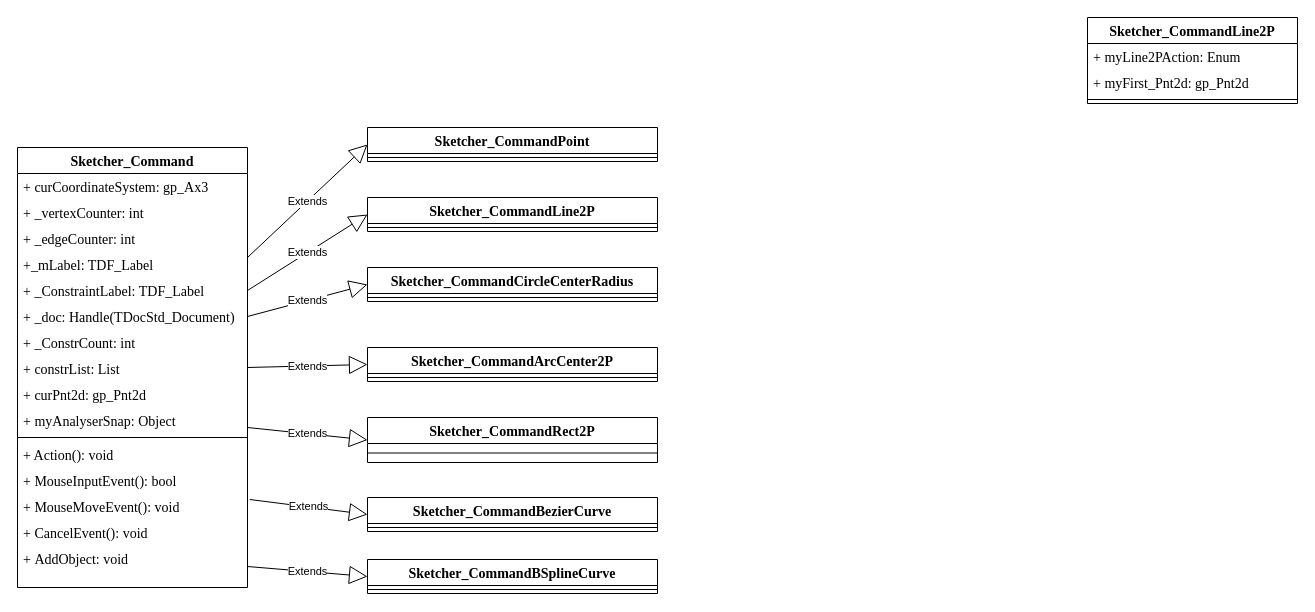
Before: 绘制图元命令类图.drawio in liuhuliuhu123/First-test, a draw.io diagram. Source tidied: cells renumbered, new cells numbered last; positions are measured from the earlier drawing's top-left corner, leaving out a move shared by most shapes. Both pictures are drawn from the tidied source at 100%, with x=0, y=0 at pixel (17, 17).
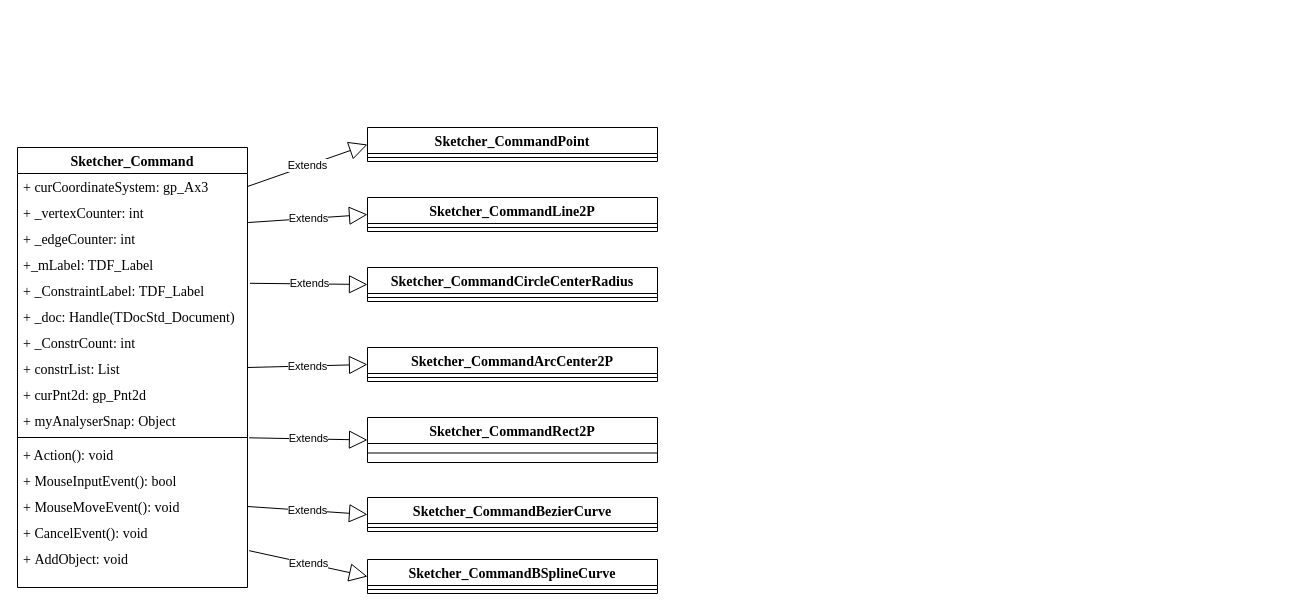
After the change.

Commit message (it also covers changes not shown here):
更新绘制图元命令类图.drawio

The change refers to these unchanged cells:
```xml
<mxCell id="2" value="&lt;font style=&quot;font-size: 14px;&quot; face=&quot;Times New Roman&quot;&gt;Sketcher_Command&lt;/font&gt;" style="swimlane;fontStyle=1;align=center;verticalAlign=top;horizontal=1;startSize=26;whiteSpace=wrap;html=1;" parent="1" vertex="1">
  <mxGeometry y="130" width="230" height="440" as="geometry" />
</mxCell>
<mxCell id="3" value="&lt;font style=&quot;font-size: 14px;&quot; face=&quot;Times New Roman&quot;&gt;+&amp;nbsp;curCoordinateSystem: gp_Ax3&lt;/font&gt;" style="text;strokeColor=none;fillColor=none;align=left;verticalAlign=top;spacingLeft=4;spacingRight=4;overflow=hidden;points=[[0,0.5],[1,0.5]];portConstraint=eastwest;whiteSpace=wrap;html=1;" parent="2" vertex="1">
  <mxGeometry y="26" width="230" height="26" as="geometry" />
</mxCell>
<mxCell id="5" value="&lt;font style=&quot;font-size: 14px;&quot; face=&quot;Times New Roman&quot;&gt;+ _edgeCounter: int&lt;/font&gt;" style="text;strokeColor=none;fillColor=none;align=left;verticalAlign=top;spacingLeft=4;spacingRight=4;overflow=hidden;points=[[0,0.5],[1,0.5]];portConstraint=eastwest;whiteSpace=wrap;html=1;" parent="2" vertex="1">
  <mxGeometry y="78" width="230" height="26" as="geometry" />
</mxCell>
<mxCell id="7" value="&lt;font face=&quot;Times New Roman&quot; style=&quot;font-size: 14px;&quot;&gt;+ _ConstraintLabel: TDF_Label&lt;/font&gt;" style="text;strokeColor=none;fillColor=none;align=left;verticalAlign=top;spacingLeft=4;spacingRight=4;overflow=hidden;points=[[0,0.5],[1,0.5]];portConstraint=eastwest;whiteSpace=wrap;html=1;" parent="2" vertex="1">
  <mxGeometry y="130" width="230" height="26" as="geometry" />
</mxCell>
<mxCell id="8" value="&lt;font style=&quot;font-size: 14px;&quot; face=&quot;Times New Roman&quot;&gt;+ _doc: Handle(TDocStd_Document)&lt;/font&gt;" style="text;strokeColor=none;fillColor=none;align=left;verticalAlign=top;spacingLeft=4;spacingRight=4;overflow=hidden;points=[[0,0.5],[1,0.5]];portConstraint=eastwest;whiteSpace=wrap;html=1;" parent="2" vertex="1">
  <mxGeometry y="156" width="230" height="26" as="geometry" />
</mxCell>
<mxCell id="13" style="line;strokeWidth=1;fillColor=none;align=left;verticalAlign=middle;spacingTop=-1;spacingLeft=3;spacingRight=3;labelPosition=right;points=[];portConstraint=eastwest;strokeColor=inherit;" parent="2" vertex="1">
  <mxGeometry y="286" width="230" height="8" as="geometry" />
</mxCell>
<mxCell id="16" value="&lt;font style=&quot;font-size: 14px;&quot; face=&quot;Times New Roman&quot;&gt;+ MouseMoveEvent(): void&lt;/font&gt;" style="text;strokeColor=none;fillColor=none;align=left;verticalAlign=top;spacingLeft=4;spacingRight=4;overflow=hidden;points=[[0,0.5],[1,0.5]];portConstraint=eastwest;whiteSpace=wrap;html=1;" parent="2" vertex="1">
  <mxGeometry y="346" width="230" height="26" as="geometry" />
</mxCell>
<mxCell id="18" value="&lt;font style=&quot;font-size: 14px;&quot; face=&quot;Times New Roman&quot;&gt;+&amp;nbsp;AddObject: void&lt;/font&gt;" style="text;strokeColor=none;fillColor=none;align=left;verticalAlign=top;spacingLeft=4;spacingRight=4;overflow=hidden;points=[[0,0.5],[1,0.5]];portConstraint=eastwest;whiteSpace=wrap;html=1;" parent="2" vertex="1">
  <mxGeometry y="398" width="230" height="42" as="geometry" />
</mxCell>
<mxCell id="19" value="&lt;font style=&quot;font-size: 14px;&quot; face=&quot;Times New Roman&quot;&gt;Sketcher_CommandPoint&lt;/font&gt;" style="swimlane;fontStyle=1;align=center;verticalAlign=top;horizontal=1;startSize=26;whiteSpace=wrap;html=1;" parent="1" vertex="1">
  <mxGeometry x="350" y="110" width="290" height="34" as="geometry" />
</mxCell>
<mxCell id="21" value="&lt;font style=&quot;font-size: 14px;&quot; face=&quot;Times New Roman&quot;&gt;Sketcher_CommandLine2P&lt;/font&gt;" style="swimlane;fontStyle=1;align=center;verticalAlign=top;horizontal=1;startSize=26;whiteSpace=wrap;html=1;" parent="1" vertex="1">
  <mxGeometry x="350" y="180" width="290" height="34" as="geometry" />
</mxCell>
<mxCell id="23" value="&lt;font style=&quot;font-size: 14px;&quot; face=&quot;Times New Roman&quot;&gt;Sketcher_CommandCircleCenterRadius&lt;/font&gt;" style="swimlane;fontStyle=1;align=center;verticalAlign=top;horizontal=1;startSize=26;whiteSpace=wrap;html=1;" parent="1" vertex="1">
  <mxGeometry x="350" y="250" width="290" height="34" as="geometry" />
</mxCell>
<mxCell id="27" value="&lt;font style=&quot;font-size: 14px;&quot; face=&quot;Times New Roman&quot;&gt;Sketcher_CommandRect2P&lt;/font&gt;" style="swimlane;fontStyle=1;align=center;verticalAlign=top;horizontal=1;startSize=26;whiteSpace=wrap;html=1;" parent="1" vertex="1">
  <mxGeometry x="350" y="400" width="290" height="45" as="geometry" />
</mxCell>
<mxCell id="29" value="&lt;font style=&quot;font-size: 14px;&quot; face=&quot;Times New Roman&quot;&gt;Sketcher_CommandBezierCurve&lt;/font&gt;" style="swimlane;fontStyle=1;align=center;verticalAlign=top;horizontal=1;startSize=26;whiteSpace=wrap;html=1;" parent="1" vertex="1">
  <mxGeometry x="350" y="480" width="290" height="34" as="geometry" />
</mxCell>
<mxCell id="31" value="&lt;font style=&quot;font-size: 14px;&quot; face=&quot;Times New Roman&quot;&gt;Sketcher_CommandBSplineCurve&lt;/font&gt;" style="swimlane;fontStyle=1;align=center;verticalAlign=top;horizontal=1;startSize=26;whiteSpace=wrap;html=1;" parent="1" vertex="1">
  <mxGeometry x="350" y="542" width="290" height="34" as="geometry" />
</mxCell>
```

Change to the diagram source:
```diff
@@
-    <mxCell id="33" value="Extends" style="endArrow=block;endSize=16;endFill=0;html=1;rounded=0;exitX=1;exitY=0.25;exitDx=0;exitDy=0;entryX=0;entryY=0.5;entryDx=0;entryDy=0;" parent="1" edge="1" source="2" target="19">
+    <mxCell id="33" value="Extends" style="endArrow=block;endSize=16;endFill=0;html=1;rounded=0;exitX=1;exitY=0.5;exitDx=0;exitDy=0;entryX=0;entryY=0.5;entryDx=0;entryDy=0;" parent="1" edge="1" source="3" target="19">
       <mxGeometry relative="1" as="geometry" />
     </mxCell>
-    <mxCell id="34" value="Extends" style="endArrow=block;endSize=16;endFill=0;html=1;rounded=0;exitX=1;exitY=0.5;exitDx=0;exitDy=0;entryX=0;entryY=0.5;entryDx=0;entryDy=0;" parent="1" edge="1" source="7" target="21">
+    <mxCell id="34" value="Extends" style="endArrow=block;endSize=16;endFill=0;html=1;rounded=0;exitX=1.003;exitY=-0.114;exitDx=0;exitDy=0;entryX=0;entryY=0.5;entryDx=0;entryDy=0;exitPerimeter=0;" parent="1" edge="1" source="5" target="21">
       <mxGeometry relative="1" as="geometry" />
     </mxCell>
-    <mxCell id="35" value="Extends" style="endArrow=block;endSize=16;endFill=0;html=1;rounded=0;exitX=1;exitY=0.5;exitDx=0;exitDy=0;entryX=0;entryY=0.5;entryDx=0;entryDy=0;" parent="1" edge="1" source="8" target="23">
+    <mxCell id="35" value="Extends" style="endArrow=block;endSize=16;endFill=0;html=1;rounded=0;exitX=1.011;exitY=0.223;exitDx=0;exitDy=0;entryX=0;entryY=0.5;entryDx=0;entryDy=0;exitPerimeter=0;" parent="1" edge="1" source="7" target="23">
       <mxGeometry relative="1" as="geometry" />
     </mxCell>
@@
-    <mxCell id="37" value="Extends" style="endArrow=block;endSize=16;endFill=0;html=1;rounded=0;entryX=0;entryY=0.5;entryDx=0;entryDy=0;" parent="1" edge="1" target="27">
-      <mxGeometry relative="1" as="geometry">
-        <mxPoint x="230" y="410" as="sourcePoint" />
-      </mxGeometry>
+    <mxCell id="37" value="Extends" style="endArrow=block;endSize=16;endFill=0;html=1;rounded=0;entryX=0;entryY=0.5;entryDx=0;entryDy=0;exitX=1.007;exitY=0.539;exitDx=0;exitDy=0;exitPerimeter=0;" parent="1" edge="1" source="13" target="27">
+      <mxGeometry relative="1" as="geometry" />
     </mxCell>
-    <mxCell id="38" value="Extends" style="endArrow=block;endSize=16;endFill=0;html=1;rounded=0;exitX=1.01;exitY=0.231;exitDx=0;exitDy=0;exitPerimeter=0;entryX=0;entryY=0.5;entryDx=0;entryDy=0;" parent="1" edge="1" source="16" target="29">
+    <mxCell id="38" value="Extends" style="endArrow=block;endSize=16;endFill=0;html=1;rounded=0;exitX=1;exitY=0.5;exitDx=0;exitDy=0;entryX=0;entryY=0.5;entryDx=0;entryDy=0;" parent="1" edge="1" source="16" target="29">
       <mxGeometry relative="1" as="geometry" />
     </mxCell>
-    <mxCell id="39" value="Extends" style="endArrow=block;endSize=16;endFill=0;html=1;rounded=0;exitX=1;exitY=0.5;exitDx=0;exitDy=0;entryX=0;entryY=0.5;entryDx=0;entryDy=0;" parent="1" edge="1" source="18" target="31">
+    <mxCell id="39" value="Extends" style="endArrow=block;endSize=16;endFill=0;html=1;rounded=0;exitX=1.007;exitY=0.123;exitDx=0;exitDy=0;entryX=0;entryY=0.5;entryDx=0;entryDy=0;exitPerimeter=0;" parent="1" edge="1" source="18" target="31">
       <mxGeometry relative="1" as="geometry" />
     </mxCell>
-    <mxCell id="40" value="&lt;font style=&quot;font-size: 14px;&quot; face=&quot;Times New Roman&quot;&gt;Sketcher_CommandLine2P&lt;/font&gt;" style="swimlane;fontStyle=1;align=center;verticalAlign=top;horizontal=1;startSize=26;whiteSpace=wrap;html=1;" parent="1" vertex="1">
-      <mxGeometry x="1070" width="210" height="86" as="geometry" />
-    </mxCell>
-    <mxCell id="41" value="&lt;font style=&quot;font-size: 14px;&quot; face=&quot;Times New Roman&quot;&gt;+ myLine2PAction: Enum&lt;/font&gt;" style="text;strokeColor=none;fillColor=none;align=left;verticalAlign=top;spacingLeft=4;spacingRight=4;overflow=hidden;whiteSpace=wrap;html=1;" parent="40" vertex="1">
-      <mxGeometry y="26" width="210" height="26" as="geometry" />
-    </mxCell>
-    <mxCell id="42" value="&lt;font style=&quot;font-size: 14px;&quot; face=&quot;Times New Roman&quot;&gt;+ myFirst_Pnt2d: gp_Pnt2d&lt;/font&gt;" style="text;strokeColor=none;fillColor=none;align=left;verticalAlign=top;spacingLeft=4;spacingRight=4;overflow=hidden;whiteSpace=wrap;html=1;" parent="40" vertex="1">
-      <mxGeometry y="52" width="210" height="26" as="geometry" />
-    </mxCell>
-    <mxCell id="43" style="line;strokeWidth=1;fillColor=none;align=left;verticalAlign=middle;spacingTop=-1;spacingLeft=3;spacingRight=3;labelPosition=right;strokeColor=inherit;" parent="40" vertex="1">
-      <mxGeometry y="78" width="210" height="8" as="geometry" />
-    </mxCell>
```
